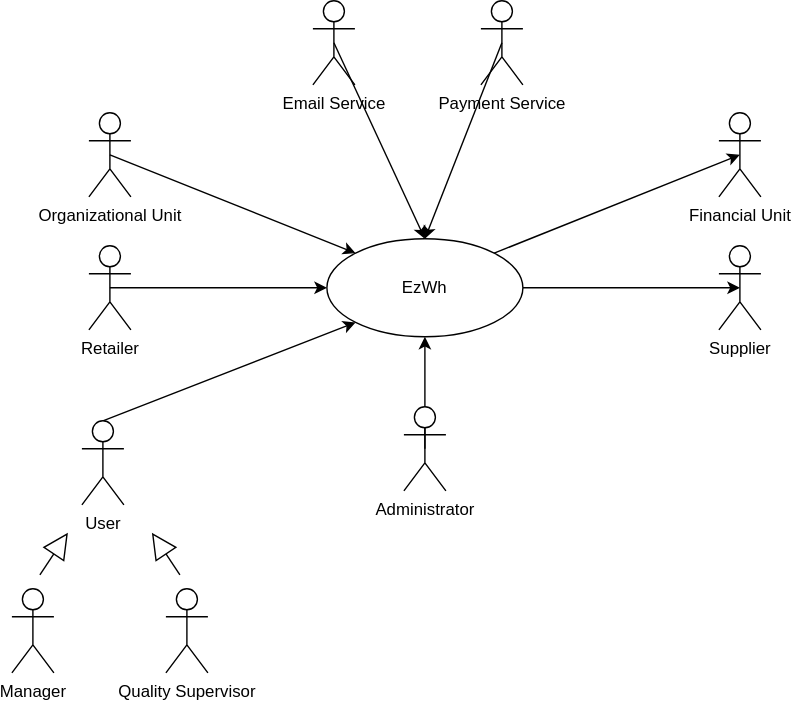
This is diagrams/context_diagram.drawio.svg from Guarecuco/EzWh, a draw.io export, as it was before one commit. Source tidied: cells renumbered, new cells last; positions are measured from the earlier drawing's top-left corner, leaving out a move shared by most shapes.
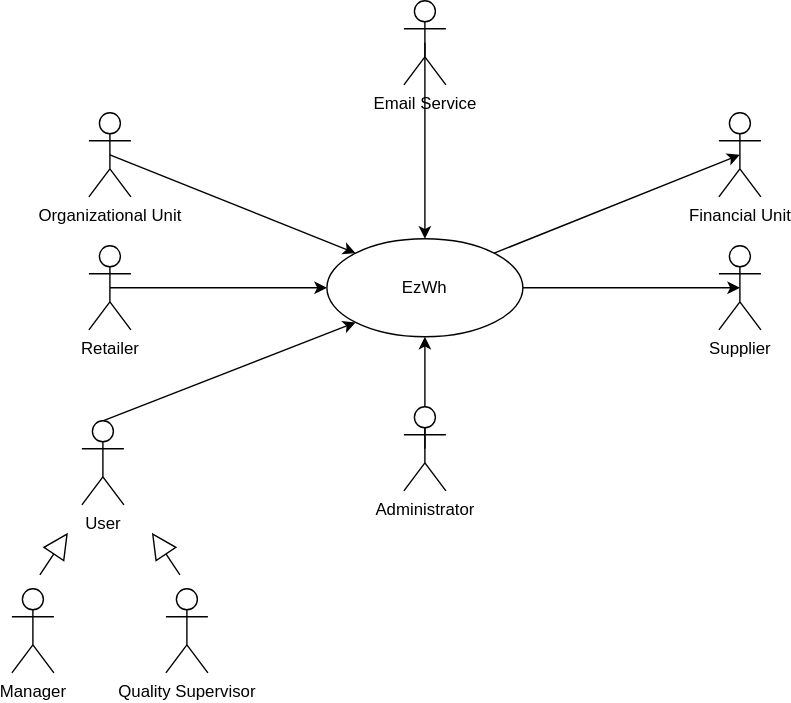
After the change.

Commit message:
Deleting payment service from Context diag

The edit, as a diff of the source:
```diff
@@ -36,16 +36,8 @@
       <mxGeometry relative="1" as="geometry" />
     </mxCell>
     <mxCell id="13" value="Email Service" style="shape=umlActor;verticalLabelPosition=bottom;verticalAlign=top;html=1;outlineConnect=0;" parent="1" vertex="1">
-      <mxGeometry x="215" width="30" height="60" as="geometry" />
+      <mxGeometry x="280" width="30" height="60" as="geometry" />
     </mxCell>
-    <mxCell id="14" style="edgeStyle=none;html=1;exitX=0.5;exitY=0.5;exitDx=0;exitDy=0;exitPerimeter=0;" parent="1" edge="1" source="15">
-      <mxGeometry relative="1" as="geometry">
-        <mxPoint x="295" y="170" as="targetPoint" />
-      </mxGeometry>
-    </mxCell>
-    <mxCell id="15" value="Payment Service" style="shape=umlActor;verticalLabelPosition=bottom;verticalAlign=top;html=1;outlineConnect=0;" parent="1" vertex="1">
-      <mxGeometry x="335" width="30" height="60" as="geometry" />
-    </mxCell>
     <mxCell id="16" value="Manager" style="shape=umlActor;verticalLabelPosition=bottom;verticalAlign=top;html=1;" parent="1" vertex="1">
       <mxGeometry y="420" width="30" height="60" as="geometry" />
     </mxCell>
```
